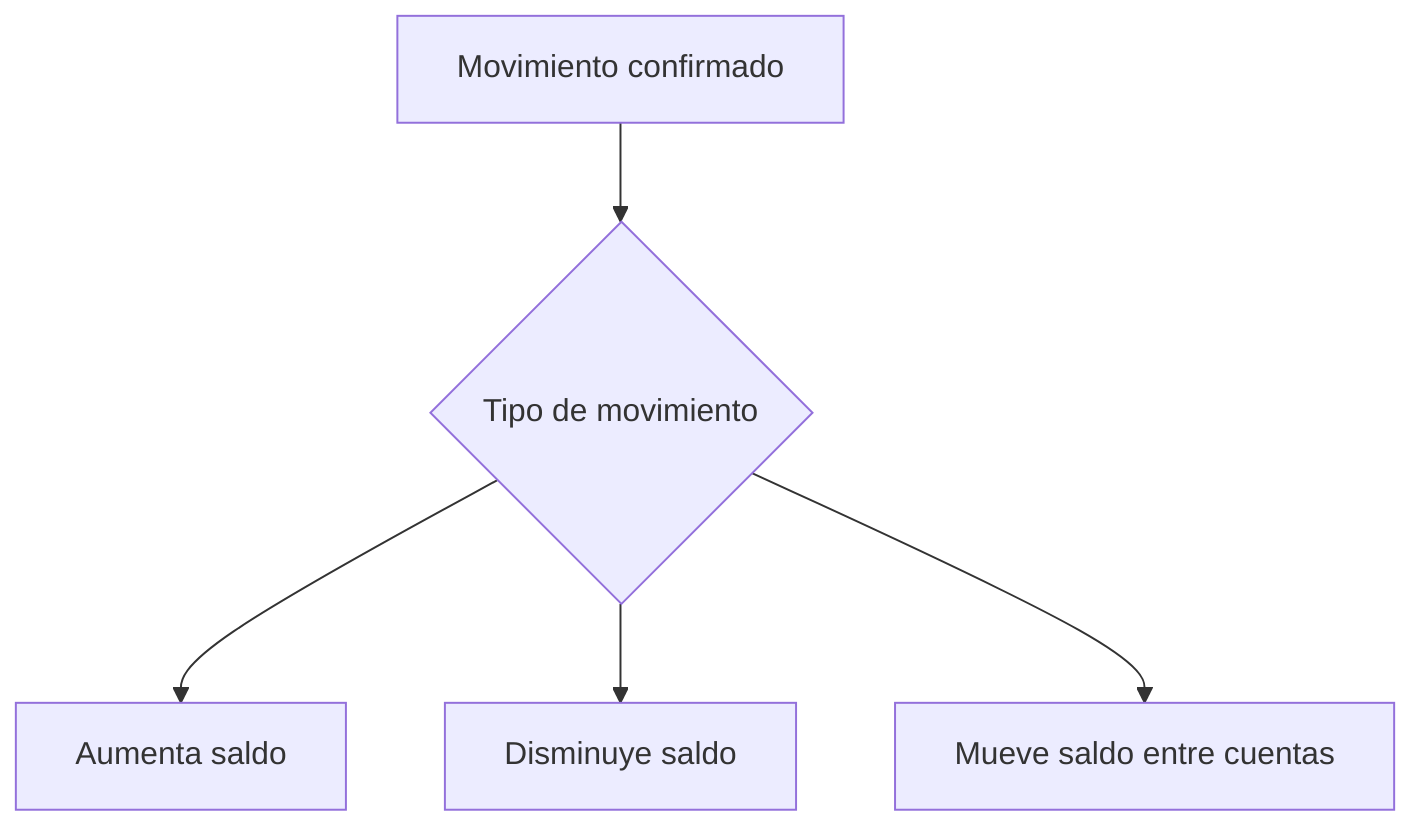
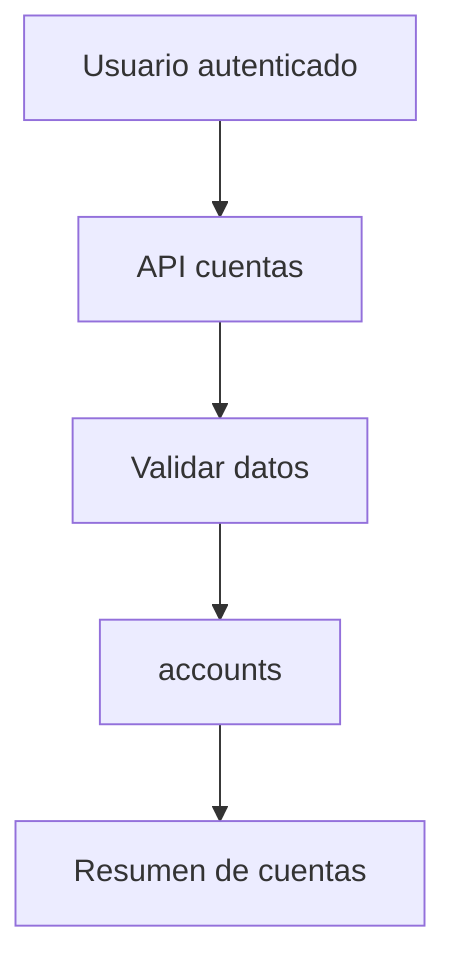
flowchart TD
-     Movimiento[Movimiento confirmado]
-     Tipo{Tipo de movimiento}
-     Ingreso[Aumenta saldo]
-     Egreso[Disminuye saldo]
-     Transferencia[Mueve saldo entre cuentas]
+     Usuario[Usuario autenticado]
+     API[API cuentas]
+     Validacion[Validar datos]
+     Accounts[accounts]
+     Summary[Resumen de cuentas]

-     Movimiento --> Tipo
-     Tipo --> Ingreso
-     Tipo --> Egreso
-     Tipo --> Transferencia
+     Usuario --> API
+     API --> Validacion
+     Validacion --> Accounts
+     Accounts --> Summary

